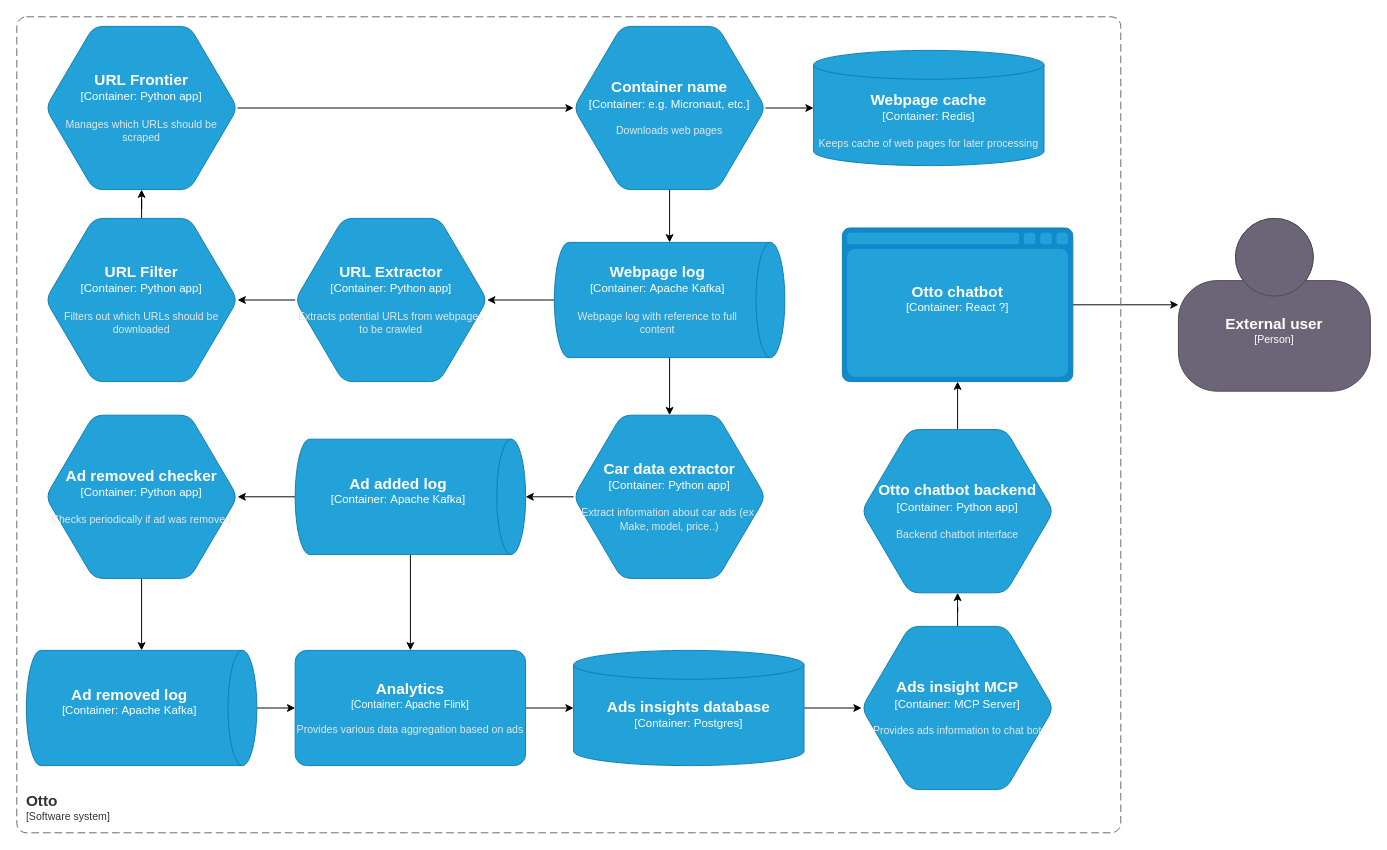
Earlier version of the draw.io diagram Otto.drawio (ispasojevic-complexio/otto). Source tidied: cells renumbered, new cells numbered last; positions are measured from the earlier drawing's top-left corner, leaving out a move shared by most shapes. Both pictures are drawn from the tidied source at 96%, with x=0, y=0 at pixel (16, 16).
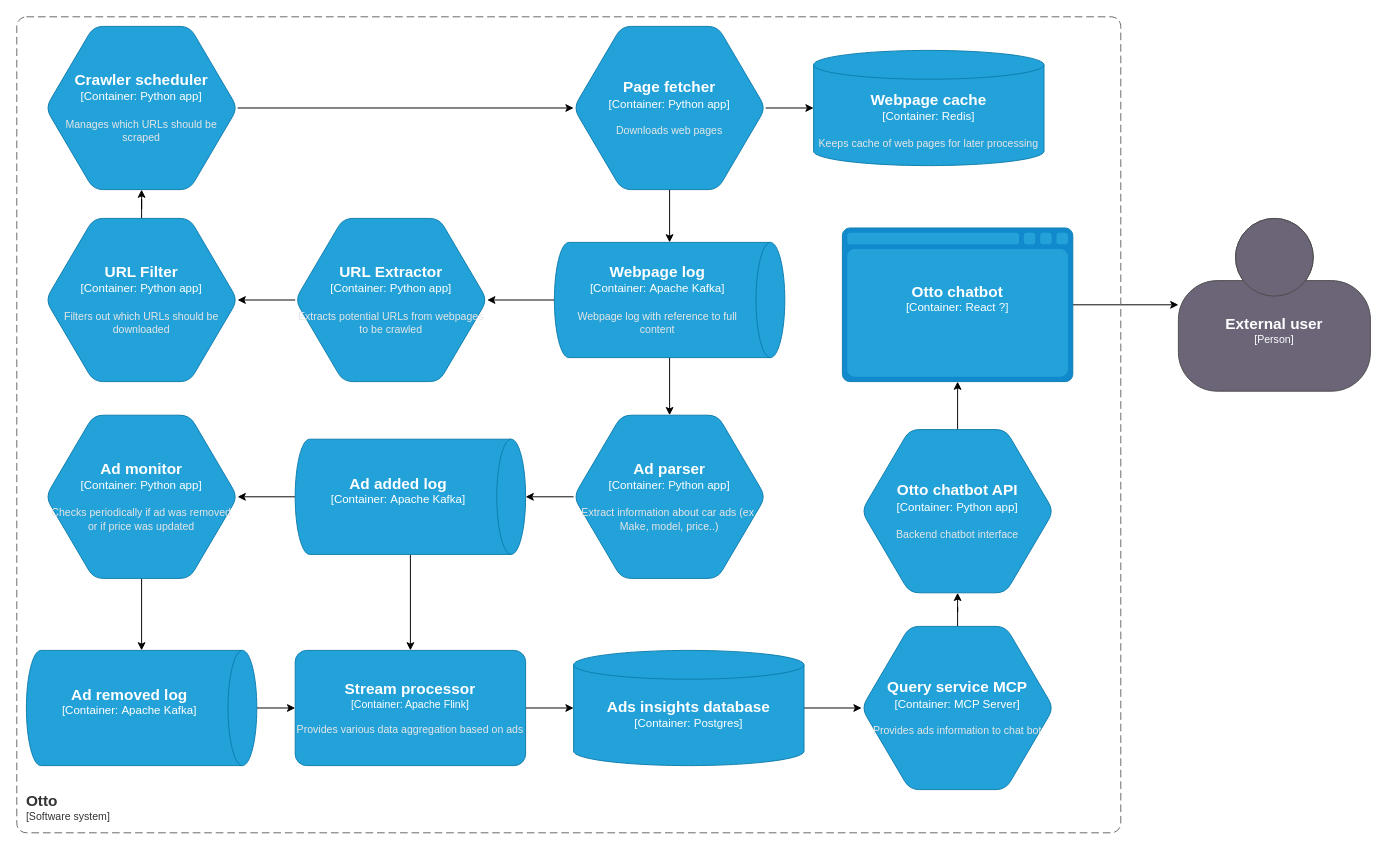
The same page after the edit.

Commit message (it also covers changes not shown here):
Update architecture diagram

The edit, as a diff of the source:
```diff
@@
-    <object id="10" label="&lt;font style=&quot;font-size: 16px&quot;&gt;&lt;b&gt;%c4Name%&lt;/b&gt;&lt;/font&gt;&lt;div&gt;[%c4Type%:&amp;nbsp;%c4Technology%]&lt;/div&gt;&lt;br&gt;&lt;div&gt;&lt;font style=&quot;font-size: 11px&quot;&gt;&lt;font color=&quot;#E6E6E6&quot;&gt;%c4Description%&lt;/font&gt;&lt;/div&gt;" c4Description="Manages which URLs should be scraped" c4Name="URL Frontier" c4Technology="Python app" c4Type="Container" placeholders="1">
+    <object id="10" label="&lt;font style=&quot;font-size: 16px&quot;&gt;&lt;b&gt;%c4Name%&lt;/b&gt;&lt;/font&gt;&lt;div&gt;[%c4Type%:&amp;nbsp;%c4Technology%]&lt;/div&gt;&lt;br&gt;&lt;div&gt;&lt;font style=&quot;font-size: 11px&quot;&gt;&lt;font color=&quot;#E6E6E6&quot;&gt;%c4Description%&lt;/font&gt;&lt;/div&gt;" c4Description="Manages which URLs should be scraped" c4Name="Crawler scheduler" c4Technology="Python app" c4Type="Container" placeholders="1">
       <mxCell style="shape=hexagon;size=50;perimeter=hexagonPerimeter2;whiteSpace=wrap;html=1;fixedSize=1;rounded=1;labelBackgroundColor=none;fillColor=#23A2D9;fontSize=12;fontColor=#ffffff;align=center;strokeColor=#0E7DAD;points=[[0.5,0,0],[1,0.25,0],[1,0.5,0],[1,0.75,0],[0.5,1,0],[0,0.75,0],[0,0.5,0],[0,0.25,0]];" parent="1" vertex="1">
         <mxGeometry x="30" y="10" width="200" height="170" as="geometry" />
       </mxCell>
     </object>
@@
-    <object id="13" label="&lt;font style=&quot;font-size: 16px&quot;&gt;&lt;b&gt;%c4Name%&lt;/b&gt;&lt;/font&gt;&lt;div&gt;[%c4Type%:&amp;nbsp;%c4Technology%]&lt;/div&gt;&lt;br&gt;&lt;div&gt;&lt;font style=&quot;font-size: 11px&quot;&gt;&lt;font color=&quot;#E6E6E6&quot;&gt;%c4Description%&lt;/font&gt;&lt;/div&gt;" c4Description="Downloads web pages" c4Name="Container name" c4Technology="e.g. Micronaut, etc." c4Type="Container" placeholders="1">
+    <object id="13" label="&lt;font style=&quot;font-size: 16px&quot;&gt;&lt;b&gt;%c4Name%&lt;/b&gt;&lt;/font&gt;&lt;div&gt;[%c4Type%:&amp;nbsp;%c4Technology%]&lt;/div&gt;&lt;br&gt;&lt;div&gt;&lt;font style=&quot;font-size: 11px&quot;&gt;&lt;font color=&quot;#E6E6E6&quot;&gt;%c4Description%&lt;/font&gt;&lt;/div&gt;" c4Description="Downloads web pages" c4Name="Page fetcher" c4Technology="Python app" c4Type="Container" placeholders="1">
       <mxCell style="shape=hexagon;size=50;perimeter=hexagonPerimeter2;whiteSpace=wrap;html=1;fixedSize=1;rounded=1;labelBackgroundColor=none;fillColor=#23A2D9;fontSize=12;fontColor=#ffffff;align=center;strokeColor=#0E7DAD;points=[[0.5,0,0],[1,0.25,0],[1,0.5,0],[1,0.75,0],[0.5,1,0],[0,0.75,0],[0,0.5,0],[0,0.25,0]];" parent="1" vertex="1">
         <mxGeometry x="580" y="10" width="200" height="170" as="geometry" />
       </mxCell>
     </object>
@@
-    <object id="15" label="&lt;font style=&quot;font-size: 16px&quot;&gt;&lt;b&gt;%c4Name%&lt;/b&gt;&lt;/font&gt;&lt;div&gt;[%c4Type%:&amp;nbsp;%c4Technology%]&lt;/div&gt;&lt;br&gt;&lt;div&gt;&lt;font style=&quot;font-size: 11px&quot;&gt;&lt;font color=&quot;#E6E6E6&quot;&gt;%c4Description%&lt;/font&gt;&lt;/div&gt;" c4Description="Extract information about car ads (ex. Make, model, price..)" c4Name="Car data extractor" c4Technology="Python app" c4Type="Container" placeholders="1">
+    <object id="15" label="&lt;font style=&quot;font-size: 16px&quot;&gt;&lt;b&gt;%c4Name%&lt;/b&gt;&lt;/font&gt;&lt;div&gt;[%c4Type%:&amp;nbsp;%c4Technology%]&lt;/div&gt;&lt;br&gt;&lt;div&gt;&lt;font style=&quot;font-size: 11px&quot;&gt;&lt;font color=&quot;#E6E6E6&quot;&gt;%c4Description%&lt;/font&gt;&lt;/div&gt;" c4Description="Extract information about car ads (ex. Make, model, price..)" c4Name="Ad parser" c4Technology="Python app" c4Type="Container" placeholders="1">
       <mxCell style="shape=hexagon;size=50;perimeter=hexagonPerimeter2;whiteSpace=wrap;html=1;fixedSize=1;rounded=1;labelBackgroundColor=none;fillColor=#23A2D9;fontSize=12;fontColor=#ffffff;align=center;strokeColor=#0E7DAD;points=[[0.5,0,0],[1,0.25,0],[1,0.5,0],[1,0.75,0],[0.5,1,0],[0,0.75,0],[0,0.5,0],[0,0.25,0]];" parent="1" vertex="1">
         <mxGeometry x="580" y="415" width="200" height="170" as="geometry" />
       </mxCell>
     </object>
@@
-    <object id="21" label="&lt;font style=&quot;font-size: 16px&quot;&gt;&lt;b&gt;%c4Name%&lt;/b&gt;&lt;/font&gt;&lt;div&gt;[%c4Type%:&amp;nbsp;%c4Technology%]&lt;/div&gt;&lt;br&gt;&lt;div&gt;&lt;font style=&quot;font-size: 11px&quot;&gt;&lt;font color=&quot;#E6E6E6&quot;&gt;%c4Description%&lt;/font&gt;&lt;/div&gt;" c4Description="Checks periodically if ad was removed" c4Name="Ad removed checker" c4Technology="Python app" c4Type="Container" placeholders="1">
+    <object id="21" label="&lt;font style=&quot;font-size: 16px&quot;&gt;&lt;b&gt;%c4Name%&lt;/b&gt;&lt;/font&gt;&lt;div&gt;[%c4Type%:&amp;nbsp;%c4Technology%]&lt;/div&gt;&lt;br&gt;&lt;div&gt;&lt;font style=&quot;font-size: 11px&quot;&gt;&lt;font color=&quot;#E6E6E6&quot;&gt;%c4Description%&lt;/font&gt;&lt;/div&gt;" c4Description="Checks periodically if ad was removed or if price was updated" c4Name="Ad monitor" c4Technology="Python app" c4Type="Container" placeholders="1">
       <mxCell style="shape=hexagon;size=50;perimeter=hexagonPerimeter2;whiteSpace=wrap;html=1;fixedSize=1;rounded=1;labelBackgroundColor=none;fillColor=#23A2D9;fontSize=12;fontColor=#ffffff;align=center;strokeColor=#0E7DAD;points=[[0.5,0,0],[1,0.25,0],[1,0.5,0],[1,0.75,0],[0.5,1,0],[0,0.75,0],[0,0.5,0],[0,0.25,0]];" parent="1" vertex="1">
         <mxGeometry x="30" y="415" width="200" height="170" as="geometry" />
       </mxCell>
     </object>
@@
-    <object id="25" label="&lt;font style=&quot;font-size: 16px&quot;&gt;&lt;b&gt;%c4Name%&lt;/b&gt;&lt;/font&gt;&lt;div&gt;[%c4Type%: %c4Technology%]&lt;/div&gt;&lt;br&gt;&lt;div&gt;&lt;font style=&quot;font-size: 11px&quot;&gt;&lt;font color=&quot;#E6E6E6&quot;&gt;%c4Description%&lt;/font&gt;&lt;/div&gt;" c4Description="Provides various data aggregation based on ads" c4Name="Analytics" c4Technology="Apache Flink" c4Type="Container" placeholders="1">
+    <object id="25" label="&lt;font style=&quot;font-size: 16px&quot;&gt;&lt;b&gt;%c4Name%&lt;/b&gt;&lt;/font&gt;&lt;div&gt;[%c4Type%: %c4Technology%]&lt;/div&gt;&lt;br&gt;&lt;div&gt;&lt;font style=&quot;font-size: 11px&quot;&gt;&lt;font color=&quot;#E6E6E6&quot;&gt;%c4Description%&lt;/font&gt;&lt;/div&gt;" c4Description="Provides various data aggregation based on ads" c4Name="Stream processor" c4Technology="Apache Flink" c4Type="Container" placeholders="1">
       <mxCell style="rounded=1;whiteSpace=wrap;html=1;fontSize=11;labelBackgroundColor=none;fillColor=#23A2D9;fontColor=#ffffff;align=center;arcSize=10;strokeColor=#0E7DAD;points=[[0.25,0,0],[0.5,0,0],[0.75,0,0],[1,0.25,0],[1,0.5,0],[1,0.75,0],[0.75,1,0],[0.5,1,0],[0.25,1,0],[0,0.75,0],[0,0.5,0],[0,0.25,0]];" parent="1" vertex="1">
         <mxGeometry x="290" y="660" width="240" height="120" as="geometry" />
       </mxCell>
     </object>
@@
-    <object id="29" label="&lt;font style=&quot;font-size: 16px&quot;&gt;&lt;b&gt;%c4Name%&lt;/b&gt;&lt;/font&gt;&lt;div&gt;[%c4Type%:&amp;nbsp;%c4Technology%]&lt;/div&gt;&lt;br&gt;&lt;div&gt;&lt;font style=&quot;font-size: 11px&quot;&gt;&lt;font color=&quot;#E6E6E6&quot;&gt;%c4Description%&lt;/font&gt;&lt;/div&gt;" c4Description="Provides ads information to chat bot" c4Name="Ads insight MCP" c4Technology="MCP Server" c4Type="Container" placeholders="1">
+    <object id="29" label="&lt;font style=&quot;font-size: 16px&quot;&gt;&lt;b&gt;%c4Name%&lt;/b&gt;&lt;/font&gt;&lt;div&gt;[%c4Type%:&amp;nbsp;%c4Technology%]&lt;/div&gt;&lt;br&gt;&lt;div&gt;&lt;font style=&quot;font-size: 11px&quot;&gt;&lt;font color=&quot;#E6E6E6&quot;&gt;%c4Description%&lt;/font&gt;&lt;/div&gt;" c4Description="Provides ads information to chat bot" c4Name="Query service MCP" c4Technology="MCP Server" c4Type="Container" placeholders="1">
       <mxCell style="shape=hexagon;size=50;perimeter=hexagonPerimeter2;whiteSpace=wrap;html=1;fixedSize=1;rounded=1;labelBackgroundColor=none;fillColor=#23A2D9;fontSize=12;fontColor=#ffffff;align=center;strokeColor=#0E7DAD;points=[[0.5,0,0],[1,0.25,0],[1,0.5,0],[1,0.75,0],[0.5,1,0],[0,0.75,0],[0,0.5,0],[0,0.25,0]];" parent="1" vertex="1">
         <mxGeometry x="880" y="635" width="200" height="170" as="geometry" />
       </mxCell>
     </object>
@@
-    <object id="35" label="&lt;font style=&quot;font-size: 16px&quot;&gt;&lt;b&gt;%c4Name%&lt;/b&gt;&lt;/font&gt;&lt;div&gt;[%c4Type%:&amp;nbsp;%c4Technology%]&lt;/div&gt;&lt;br&gt;&lt;div&gt;&lt;font style=&quot;font-size: 11px&quot;&gt;&lt;font color=&quot;#E6E6E6&quot;&gt;%c4Description%&lt;/font&gt;&lt;/div&gt;" c4Description="Backend chatbot interface" c4Name="Otto chatbot backend" c4Technology="Python app" c4Type="Container" placeholders="1">
+    <object id="35" label="&lt;font style=&quot;font-size: 16px&quot;&gt;&lt;b&gt;%c4Name%&lt;/b&gt;&lt;/font&gt;&lt;div&gt;[%c4Type%:&amp;nbsp;%c4Technology%]&lt;/div&gt;&lt;br&gt;&lt;div&gt;&lt;font style=&quot;font-size: 11px&quot;&gt;&lt;font color=&quot;#E6E6E6&quot;&gt;%c4Description%&lt;/font&gt;&lt;/div&gt;" c4Description="Backend chatbot interface" c4Name="Otto chatbot API" c4Technology="Python app" c4Type="Container" placeholders="1">
       <mxCell style="shape=hexagon;size=50;perimeter=hexagonPerimeter2;whiteSpace=wrap;html=1;fixedSize=1;rounded=1;labelBackgroundColor=none;fillColor=#23A2D9;fontSize=12;fontColor=#ffffff;align=center;strokeColor=#0E7DAD;points=[[0.5,0,0],[1,0.25,0],[1,0.5,0],[1,0.75,0],[0.5,1,0],[0,0.75,0],[0,0.5,0],[0,0.25,0]];" parent="1" vertex="1">
         <mxGeometry x="880" y="430" width="200" height="170" as="geometry" />
       </mxCell>
     </object>
```
